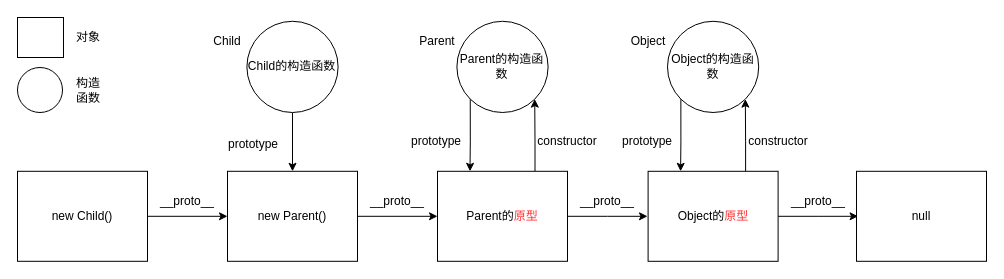
Before: assets/drawio/001-2.drawio in yefeiwarbler/web-interview, a draw.io diagram. Source tidied: cells renumbered, new cells numbered last; positions are measured from the earlier drawing's top-left corner, leaving out a move shared by most shapes. Both pictures are drawn from the tidied source at 100%, with x=0, y=0 at pixel (17, 17).
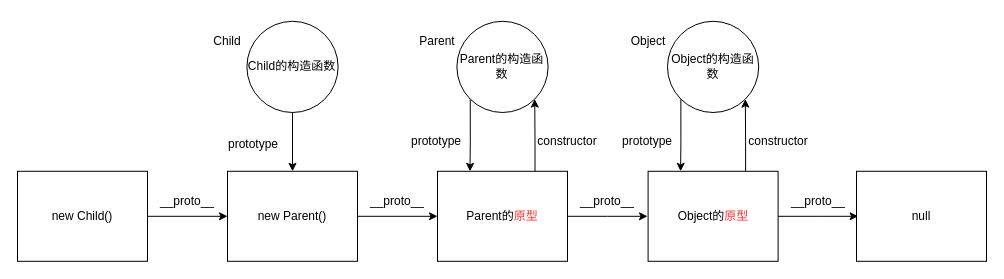
The same diagram, later.

What changed in the source:
```diff
@@
-    <mxCell id="21" style="rounded=0;whiteSpace=wrap;html=1;" parent="1" vertex="1">
-      <mxGeometry width="46" height="40" as="geometry" />
-    </mxCell>
-    <mxCell id="22" style="ellipse;whiteSpace=wrap;html=1;" parent="1" vertex="1">
-      <mxGeometry y="50" width="45" height="45" as="geometry" />
-    </mxCell>
-    <mxCell id="23" value="对象" style="text;html=1;strokeColor=none;fillColor=none;align=center;verticalAlign=middle;whiteSpace=wrap;rounded=0;" parent="1" vertex="1">
-      <mxGeometry x="56" y="10" width="30" height="20" as="geometry" />
-    </mxCell>
-    <mxCell id="24" value="构造函数" style="text;html=1;strokeColor=none;fillColor=none;align=center;verticalAlign=middle;whiteSpace=wrap;rounded=0;" parent="1" vertex="1">
-      <mxGeometry x="56" y="62.5" width="30" height="20" as="geometry" />
-    </mxCell>
```
